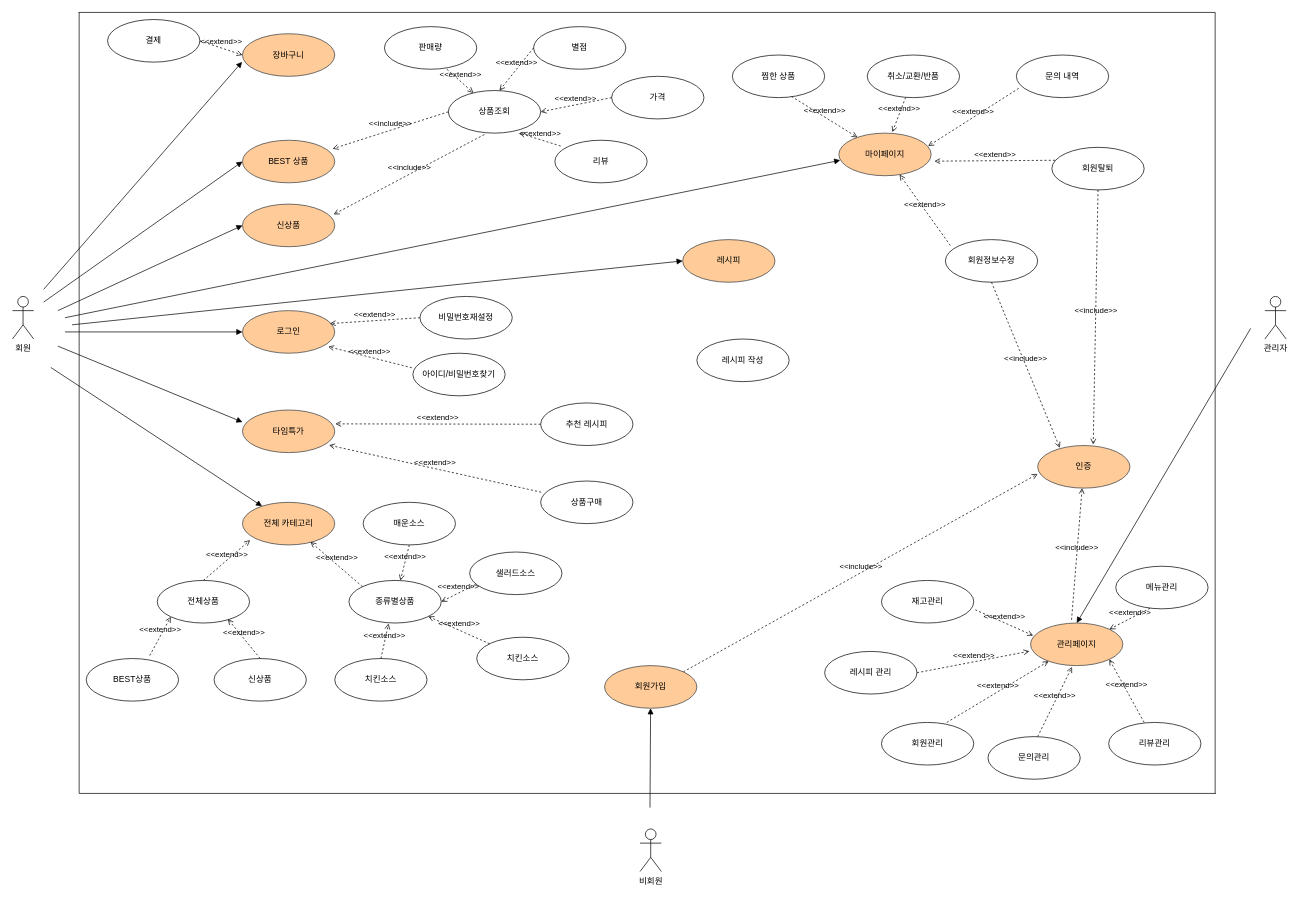
Earlier version of the draw.io diagram USECASE DIAGRAM.drawio (wjdwodhs/USECASE-DIAGRAM). Source tidied: cells renumbered, new cells numbered last; positions are measured from the earlier drawing's top-left corner, leaving out a move shared by most shapes. Both pictures are drawn from the tidied source at 71%, with x=0, y=0 at pixel (12, 12).
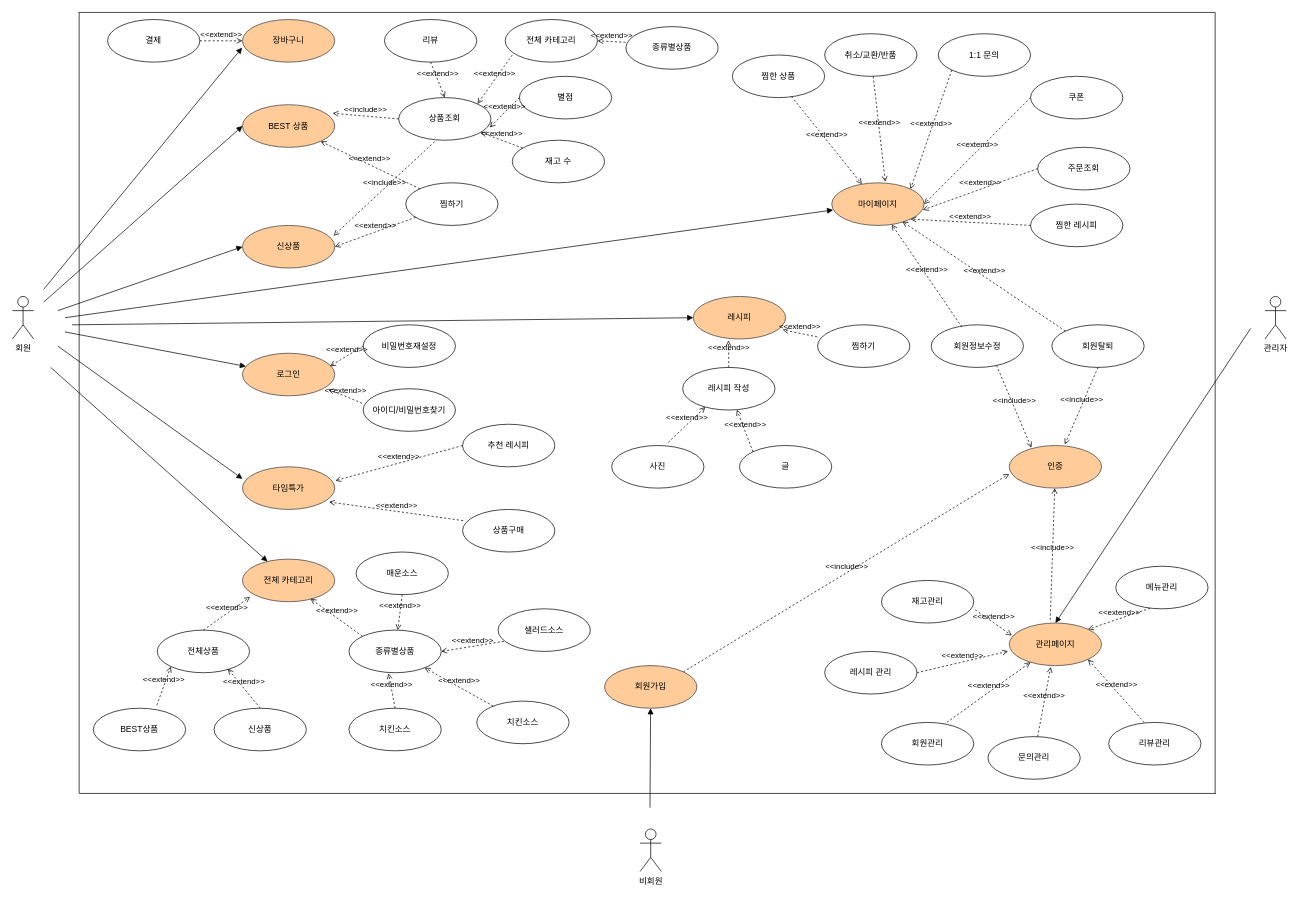
The same diagram, later.

What changed in the source:
```diff
@@
     <mxCell id="4" value="로그인" style="ellipse;whiteSpace=wrap;html=1;fillColor=#ffcc99;strokeColor=#36393d;" parent="1" vertex="1">
-      <mxGeometry x="324" y="420" width="130" height="60" as="geometry" />
+      <mxGeometry x="324" y="480" width="130" height="60" as="geometry" />
     </mxCell>
     <mxCell id="5" value="타임특가" style="ellipse;whiteSpace=wrap;html=1;fillColor=#ffcc99;strokeColor=#36393d;" parent="1" vertex="1">
-      <mxGeometry x="324" y="560" width="130" height="60" as="geometry" />
+      <mxGeometry x="324" y="640" width="130" height="60" as="geometry" />
     </mxCell>
     <mxCell id="6" value="전체 카테고리" style="ellipse;whiteSpace=wrap;html=1;fillColor=#ffcc99;strokeColor=#36393d;" parent="1" vertex="1">
-      <mxGeometry x="324" y="690" width="130" height="60" as="geometry" />
+      <mxGeometry x="324" y="770" width="130" height="60" as="geometry" />
     </mxCell>
     <mxCell id="7" value="BEST 상품" style="ellipse;whiteSpace=wrap;html=1;fillColor=#ffcc99;strokeColor=#36393d;" parent="1" vertex="1">
-      <mxGeometry x="324" y="180" width="130" height="60" as="geometry" />
+      <mxGeometry x="324" y="130" width="130" height="60" as="geometry" />
     </mxCell>
     <mxCell id="8" value="신상품" style="ellipse;whiteSpace=wrap;html=1;fillColor=#ffcc99;strokeColor=#36393d;" parent="1" vertex="1">
-      <mxGeometry x="324" y="270" width="130" height="60" as="geometry" />
+      <mxGeometry x="324" y="300" width="130" height="60" as="geometry" />
     </mxCell>
     <mxCell id="9" value="아이디/비밀번호찾기" style="ellipse;whiteSpace=wrap;html=1;" parent="1" vertex="1">
-      <mxGeometry x="564" y="480" width="130" height="60" as="geometry" />
+      <mxGeometry x="494" y="530" width="130" height="60" as="geometry" />
     </mxCell>
     <mxCell id="10" value="비밀번호재설정" style="ellipse;whiteSpace=wrap;html=1;" parent="1" vertex="1">
-      <mxGeometry x="574" y="400" width="130" height="60" as="geometry" />
+      <mxGeometry x="494" y="440" width="130" height="60" as="geometry" />
     </mxCell>
@@
     <mxCell id="21" value="신상품" style="ellipse;whiteSpace=wrap;html=1;" parent="1" vertex="1">
-      <mxGeometry x="284" y="910" width="130" height="60" as="geometry" />
+      <mxGeometry x="284" y="980" width="130" height="60" as="geometry" />
     </mxCell>
     <mxCell id="22" value="종류별상품" style="ellipse;whiteSpace=wrap;html=1;" parent="1" vertex="1">
-      <mxGeometry x="474" y="800" width="130" height="60" as="geometry" />
+      <mxGeometry x="474" y="870" width="130" height="60" as="geometry" />
     </mxCell>
     <mxCell id="23" value="전체상품" style="ellipse;whiteSpace=wrap;html=1;" parent="1" vertex="1">
-      <mxGeometry x="204" y="800" width="130" height="60" as="geometry" />
+      <mxGeometry x="204" y="870" width="130" height="60" as="geometry" />
     </mxCell>
     <mxCell id="24" value="BEST상품" style="ellipse;whiteSpace=wrap;html=1;" parent="1" vertex="1">
-      <mxGeometry x="104" y="910" width="130" height="60" as="geometry" />
+      <mxGeometry x="114" y="980" width="130" height="60" as="geometry" />
     </mxCell>
     <mxCell id="25" value="매운소스" style="ellipse;whiteSpace=wrap;html=1;" parent="1" vertex="1">
-      <mxGeometry x="494" y="690" width="130" height="60" as="geometry" />
+      <mxGeometry x="484" y="760" width="130" height="60" as="geometry" />
     </mxCell>
     <mxCell id="26" value="샐러드소스" style="ellipse;whiteSpace=wrap;html=1;" parent="1" vertex="1">
-      <mxGeometry x="644" y="760" width="130" height="60" as="geometry" />
+      <mxGeometry x="684" y="840" width="130" height="60" as="geometry" />
     </mxCell>
     <mxCell id="27" value="치킨소스" style="ellipse;whiteSpace=wrap;html=1;" parent="1" vertex="1">
-      <mxGeometry x="454" y="910" width="130" height="60" as="geometry" />
+      <mxGeometry x="474" y="980" width="130" height="60" as="geometry" />
     </mxCell>
     <mxCell id="28" value="레시피" style="ellipse;whiteSpace=wrap;html=1;fillColor=#ffcc99;strokeColor=#36393d;" parent="1" vertex="1">
-      <mxGeometry x="944" y="320" width="130" height="60" as="geometry" />
+      <mxGeometry x="959" y="400" width="130" height="60" as="geometry" />
     </mxCell>
     <mxCell id="29" value="장바구니" style="ellipse;whiteSpace=wrap;html=1;fillColor=#ffcc99;strokeColor=#36393d;" parent="1" vertex="1">
-      <mxGeometry x="324" y="30" width="130" height="60" as="geometry" />
+      <mxGeometry x="324" y="10" width="130" height="60" as="geometry" />
     </mxCell>
     <mxCell id="30" value="관리페이지" style="ellipse;whiteSpace=wrap;html=1;fillColor=#ffcc99;strokeColor=#36393d;" parent="1" vertex="1">
-      <mxGeometry x="1434" y="860" width="130" height="60" as="geometry" />
+      <mxGeometry x="1404" y="860" width="130" height="60" as="geometry" />
     </mxCell>
@@
-    <mxCell id="35" value="판매량" style="ellipse;whiteSpace=wrap;html=1;" parent="1" vertex="1">
-      <mxGeometry x="524" y="20" width="130" height="60" as="geometry" />
+    <mxCell id="35" value="리뷰" style="ellipse;whiteSpace=wrap;html=1;" parent="1" vertex="1">
+      <mxGeometry x="524" y="10" width="130" height="60" as="geometry" />
     </mxCell>
     <mxCell id="36" value="별점" style="ellipse;whiteSpace=wrap;html=1;" parent="1" vertex="1">
-      <mxGeometry x="734" y="20" width="130" height="60" as="geometry" />
+      <mxGeometry x="714" y="90" width="130" height="60" as="geometry" />
     </mxCell>
-    <mxCell id="37" value="리뷰" style="ellipse;whiteSpace=wrap;html=1;" parent="1" vertex="1">
-      <mxGeometry x="764" y="180" width="130" height="60" as="geometry" />
-    </mxCell>
     <mxCell id="38" value="상품조회" style="ellipse;whiteSpace=wrap;html=1;" parent="1" vertex="1">
-      <mxGeometry x="614" y="110" width="130" height="60" as="geometry" />
+      <mxGeometry x="544" y="120" width="130" height="60" as="geometry" />
     </mxCell>
     <mxCell id="39" value="상품구매" style="ellipse;whiteSpace=wrap;html=1;" parent="1" vertex="1">
-      <mxGeometry x="744" y="660" width="130" height="60" as="geometry" />
+      <mxGeometry x="634" y="700" width="130" height="60" as="geometry" />
     </mxCell>
     <mxCell id="40" value="추천 레시피" style="ellipse;whiteSpace=wrap;html=1;" parent="1" vertex="1">
-      <mxGeometry x="744" y="550" width="130" height="60" as="geometry" />
+      <mxGeometry x="634" y="580" width="130" height="60" as="geometry" />
     </mxCell>
@@
     <mxCell id="44" value="마이페이지" style="ellipse;whiteSpace=wrap;html=1;fillColor=#ffcc99;strokeColor=#36393d;" parent="1" vertex="1">
-      <mxGeometry x="1164" y="170" width="130" height="60" as="geometry" />
+      <mxGeometry x="1154" y="240" width="130" height="60" as="geometry" />
     </mxCell>
@@
     <mxCell id="46" value="회원정보수정" style="ellipse;whiteSpace=wrap;html=1;" parent="1" vertex="1">
-      <mxGeometry x="1314" y="320" width="130" height="60" as="geometry" />
+      <mxGeometry x="1294" y="440" width="130" height="60" as="geometry" />
     </mxCell>
     <mxCell id="47" value="회원탈퇴" style="ellipse;whiteSpace=wrap;html=1;" parent="1" vertex="1">
-      <mxGeometry x="1464" y="190" width="130" height="60" as="geometry" />
+      <mxGeometry x="1464" y="440" width="130" height="60" as="geometry" />
     </mxCell>
-    <mxCell id="48" value="문의 내역" style="ellipse;whiteSpace=wrap;html=1;" parent="1" vertex="1">
-      <mxGeometry x="1414" y="60" width="130" height="60" as="geometry" />
+    <mxCell id="48" value="1:1 문의" style="ellipse;whiteSpace=wrap;html=1;" parent="1" vertex="1">
+      <mxGeometry x="1304" y="30" width="130" height="60" as="geometry" />
     </mxCell>
     <mxCell id="49" value="취소/교환/반품" style="ellipse;whiteSpace=wrap;html=1;" parent="1" vertex="1">
-      <mxGeometry x="1204" y="60" width="130" height="60" as="geometry" />
+      <mxGeometry x="1144" y="30" width="130" height="60" as="geometry" />
     </mxCell>
-    <mxCell id="50" value="&amp;lt;&amp;lt;extend&amp;gt;&amp;gt;" style="html=1;verticalAlign=bottom;labelBackgroundColor=none;endArrow=open;endFill=0;dashed=1;rounded=0;exitX=0.054;exitY=0.137;exitDx=0;exitDy=0;exitPerimeter=0;" parent="1" edge="1" source="46" target="44">
+    <mxCell id="50" value="&amp;lt;&amp;lt;extend&amp;gt;&amp;gt;" style="html=1;verticalAlign=bottom;labelBackgroundColor=none;endArrow=open;endFill=0;dashed=1;rounded=0;exitX=0.333;exitY=0.054;exitDx=0;exitDy=0;exitPerimeter=0;" parent="1" edge="1" source="46" target="44">
       <mxGeometry relative="1" as="geometry" />
     </mxCell>
-    <mxCell id="51" value="&amp;lt;&amp;lt;extend&amp;gt;&amp;gt;" style="html=1;verticalAlign=bottom;labelBackgroundColor=none;endArrow=open;endFill=0;dashed=1;rounded=0;entryX=1.035;entryY=0.658;entryDx=0;entryDy=0;exitX=0.035;exitY=0.304;exitDx=0;exitDy=0;entryPerimeter=0;exitPerimeter=0;" parent="1" edge="1" source="47" target="44">
+    <mxCell id="51" value="&amp;lt;&amp;lt;extend&amp;gt;&amp;gt;" style="html=1;verticalAlign=bottom;labelBackgroundColor=none;endArrow=open;endFill=0;dashed=1;rounded=0;entryX=0.765;entryY=0.908;entryDx=0;entryDy=0;exitX=0;exitY=0;exitDx=0;exitDy=0;entryPerimeter=0;" parent="1" edge="1" source="47" target="44">
       <mxGeometry relative="1" as="geometry" />
     </mxCell>
-    <mxCell id="52" value="&amp;lt;&amp;lt;extend&amp;gt;&amp;gt;" style="html=1;verticalAlign=bottom;labelBackgroundColor=none;endArrow=open;endFill=0;dashed=1;rounded=0;entryX=0.967;entryY=0.304;entryDx=0;entryDy=0;entryPerimeter=0;exitX=0.025;exitY=0.783;exitDx=0;exitDy=0;exitPerimeter=0;" parent="1" edge="1" source="48" target="44">
+    <mxCell id="52" value="&amp;lt;&amp;lt;extend&amp;gt;&amp;gt;" style="html=1;verticalAlign=bottom;labelBackgroundColor=none;endArrow=open;endFill=0;dashed=1;rounded=0;entryX=1;entryY=0;entryDx=0;entryDy=0;exitX=0;exitY=1;exitDx=0;exitDy=0;" parent="1" edge="1" source="48" target="44">
       <mxGeometry relative="1" as="geometry" />
     </mxCell>
@@
     <mxCell id="55" value="인증" style="ellipse;whiteSpace=wrap;html=1;fillColor=#ffcc99;strokeColor=#36393d;" parent="1" vertex="1">
-      <mxGeometry x="1444" y="610" width="130" height="60" as="geometry" />
+      <mxGeometry x="1404" y="610" width="130" height="60" as="geometry" />
     </mxCell>
@@
-    <mxCell id="57" value="&amp;lt;&amp;lt;include&amp;gt;&amp;gt;" style="html=1;verticalAlign=bottom;labelBackgroundColor=none;endArrow=open;endFill=0;dashed=1;rounded=0;exitX=0.5;exitY=1;exitDx=0;exitDy=0;entryX=0.24;entryY=0.053;entryDx=0;entryDy=0;entryPerimeter=0;" parent="1" edge="1" source="46" target="55">
+    <mxCell id="57" value="&amp;lt;&amp;lt;include&amp;gt;&amp;gt;" style="html=1;verticalAlign=bottom;labelBackgroundColor=none;endArrow=open;endFill=0;dashed=1;rounded=0;exitX=0.708;exitY=0.95;exitDx=0;exitDy=0;entryX=0.24;entryY=0.053;entryDx=0;entryDy=0;entryPerimeter=0;exitPerimeter=0;" parent="1" edge="1" source="46" target="55">
       <mxGeometry relative="1" as="geometry" />
     </mxCell>
@@
     <mxCell id="60" value="레시피 작성" style="ellipse;whiteSpace=wrap;html=1;" parent="1" vertex="1">
-      <mxGeometry x="964" y="460" width="130" height="60" as="geometry" />
+      <mxGeometry x="944" y="500" width="130" height="60" as="geometry" />
     </mxCell>
@@
     <mxCell id="74" value="치킨소스" style="ellipse;whiteSpace=wrap;html=1;" parent="1" vertex="1">
-      <mxGeometry x="654" y="880" width="130" height="60" as="geometry" />
+      <mxGeometry x="654" y="970" width="130" height="60" as="geometry" />
     </mxCell>
@@
-    <mxCell id="88" value="&amp;lt;&amp;lt;extend&amp;gt;&amp;gt;" style="html=1;verticalAlign=bottom;labelBackgroundColor=none;endArrow=open;endFill=0;dashed=1;rounded=0;entryX=0.705;entryY=-0.006;entryDx=0;entryDy=0;entryPerimeter=0;exitX=0;exitY=0.5;exitDx=0;exitDy=0;" parent="1" edge="1" source="36">
-      <mxGeometry x="0.01" relative="1" as="geometry">
-        <mxPoint x="686" y="110" as="targetPoint" />
-      </mxGeometry>
+    <mxCell id="88" value="&amp;lt;&amp;lt;extend&amp;gt;&amp;gt;" style="html=1;verticalAlign=bottom;labelBackgroundColor=none;endArrow=open;endFill=0;dashed=1;rounded=0;entryX=0.987;entryY=0.7;entryDx=0;entryDy=0;entryPerimeter=0;exitX=0;exitY=0.5;exitDx=0;exitDy=0;" parent="1" edge="1" source="36" target="38">
+      <mxGeometry x="0.01" relative="1" as="geometry" />
     </mxCell>
-    <mxCell id="89" value="가격" style="ellipse;whiteSpace=wrap;html=1;" parent="1" vertex="1">
-      <mxGeometry x="844" y="90" width="130" height="60" as="geometry" />
-    </mxCell>
-    <mxCell id="90" value="&amp;lt;&amp;lt;extend&amp;gt;&amp;gt;" style="html=1;verticalAlign=bottom;labelBackgroundColor=none;endArrow=open;endFill=0;dashed=1;rounded=0;entryX=0.705;entryY=-0.006;entryDx=0;entryDy=0;entryPerimeter=0;exitX=0;exitY=0.5;exitDx=0;exitDy=0;" parent="1" edge="1" source="89">
-      <mxGeometry x="0.01" relative="1" as="geometry">
-        <mxPoint x="744" y="140" as="targetPoint" />
-      </mxGeometry>
-    </mxCell>
-    <mxCell id="91" value="&amp;lt;&amp;lt;extend&amp;gt;&amp;gt;" style="html=1;verticalAlign=bottom;labelBackgroundColor=none;endArrow=open;endFill=0;dashed=1;rounded=0;entryX=0.705;entryY=-0.006;entryDx=0;entryDy=0;entryPerimeter=0;exitX=0.063;exitY=0.137;exitDx=0;exitDy=0;exitPerimeter=0;" parent="1" edge="1" source="37">
-      <mxGeometry x="0.01" relative="1" as="geometry">
-        <mxPoint x="714" y="170" as="targetPoint" />
-      </mxGeometry>
-    </mxCell>
-    <mxCell id="92" value="&amp;lt;&amp;lt;extend&amp;gt;&amp;gt;" style="html=1;verticalAlign=bottom;labelBackgroundColor=none;endArrow=open;endFill=0;dashed=1;rounded=0;exitX=0;exitY=0.5;exitDx=0;exitDy=0;" parent="1" edge="1" target="38">
-      <mxGeometry x="0.01" relative="1" as="geometry">
-        <mxPoint x="612" y="80" as="sourcePoint" />
-      </mxGeometry>
-    </mxCell>
@@
+    <mxCell id="95" value="&amp;lt;&amp;lt;extend&amp;gt;&amp;gt;" style="html=1;verticalAlign=bottom;labelBackgroundColor=none;endArrow=open;endFill=0;dashed=1;rounded=0;entryX=1;entryY=0.5;entryDx=0;entryDy=0;exitX=0;exitY=0.5;exitDx=0;exitDy=0;" parent="1" edge="1" source="98" target="44">
+      <mxGeometry relative="1" as="geometry" />
+    </mxCell>
+    <mxCell id="96" value="주문조회" style="ellipse;whiteSpace=wrap;html=1;" parent="1" vertex="1">
+      <mxGeometry x="1444" y="190" width="130" height="60" as="geometry" />
+    </mxCell>
+    <mxCell id="97" value="&amp;lt;&amp;lt;extend&amp;gt;&amp;gt;" style="html=1;verticalAlign=bottom;labelBackgroundColor=none;endArrow=open;endFill=0;dashed=1;rounded=0;entryX=0.987;entryY=0.637;entryDx=0;entryDy=0;exitX=0;exitY=0.5;exitDx=0;exitDy=0;entryPerimeter=0;" parent="1" edge="1" source="96" target="44">
+      <mxGeometry relative="1" as="geometry" />
+    </mxCell>
+    <mxCell id="98" value="쿠폰" style="ellipse;whiteSpace=wrap;html=1;" parent="1" vertex="1">
+      <mxGeometry x="1434" y="90" width="130" height="60" as="geometry" />
+    </mxCell>
+    <mxCell id="99" value="재고 수" style="ellipse;whiteSpace=wrap;html=1;" parent="1" vertex="1">
+      <mxGeometry x="704" y="180" width="130" height="60" as="geometry" />
+    </mxCell>
+    <mxCell id="100" value="&amp;lt;&amp;lt;extend&amp;gt;&amp;gt;" style="html=1;verticalAlign=bottom;labelBackgroundColor=none;endArrow=open;endFill=0;dashed=1;rounded=0;" parent="1" edge="1" source="99" target="38">
+      <mxGeometry x="0.01" relative="1" as="geometry" />
+    </mxCell>
+    <mxCell id="101" value="전체 카테고리" style="ellipse;whiteSpace=wrap;html=1;" parent="1" vertex="1">
+      <mxGeometry x="694" y="10" width="130" height="60" as="geometry" />
+    </mxCell>
+    <mxCell id="102" value="찜하기" style="ellipse;whiteSpace=wrap;html=1;" parent="1" vertex="1">
+      <mxGeometry x="1134" y="440" width="130" height="60" as="geometry" />
+    </mxCell>
+    <mxCell id="103" value="찜하기" style="ellipse;whiteSpace=wrap;html=1;" parent="1" vertex="1">
+      <mxGeometry x="554" y="240" width="130" height="60" as="geometry" />
+    </mxCell>
+    <mxCell id="104" value="&amp;lt;&amp;lt;extend&amp;gt;&amp;gt;" style="html=1;verticalAlign=bottom;labelBackgroundColor=none;endArrow=open;endFill=0;dashed=1;rounded=0;entryX=1;entryY=0.5;entryDx=0;entryDy=0;" parent="1" edge="1" source="103" target="8">
+      <mxGeometry x="0.01" relative="1" as="geometry" />
+    </mxCell>
+    <mxCell id="105" value="&amp;lt;&amp;lt;extend&amp;gt;&amp;gt;" style="html=1;verticalAlign=bottom;labelBackgroundColor=none;endArrow=open;endFill=0;dashed=1;rounded=0;" parent="1" edge="1" source="103" target="7">
+      <mxGeometry x="0.01" relative="1" as="geometry" />
+    </mxCell>
+    <mxCell id="106" value="사진" style="ellipse;whiteSpace=wrap;html=1;" parent="1" vertex="1">
+      <mxGeometry x="844" y="610" width="130" height="60" as="geometry" />
+    </mxCell>
+    <mxCell id="107" value="글" style="ellipse;whiteSpace=wrap;html=1;" parent="1" vertex="1">
+      <mxGeometry x="1024" y="610" width="130" height="60" as="geometry" />
+    </mxCell>
+    <mxCell id="108" value="찜한 레시피" style="ellipse;whiteSpace=wrap;html=1;" parent="1" vertex="1">
+      <mxGeometry x="1434" y="270" width="130" height="60" as="geometry" />
+    </mxCell>
+    <mxCell id="109" value="&amp;lt;&amp;lt;extend&amp;gt;&amp;gt;" style="html=1;verticalAlign=bottom;labelBackgroundColor=none;endArrow=open;endFill=0;dashed=1;rounded=0;entryX=1;entryY=1;entryDx=0;entryDy=0;exitX=0;exitY=0.5;exitDx=0;exitDy=0;" parent="1" edge="1" source="108" target="44">
+      <mxGeometry relative="1" as="geometry" />
+    </mxCell>
+    <mxCell id="110" value="&amp;lt;&amp;lt;extend&amp;gt;&amp;gt;" style="html=1;verticalAlign=bottom;labelBackgroundColor=none;endArrow=open;endFill=0;dashed=1;rounded=0;entryX=0.246;entryY=0.929;entryDx=0;entryDy=0;exitX=0.612;exitY=-0.071;exitDx=0;exitDy=0;entryPerimeter=0;exitPerimeter=0;" parent="1" edge="1" source="106" target="60">
+      <mxGeometry x="0.01" relative="1" as="geometry" />
+    </mxCell>
+    <mxCell id="111" value="&amp;lt;&amp;lt;extend&amp;gt;&amp;gt;" style="html=1;verticalAlign=bottom;labelBackgroundColor=none;endArrow=open;endFill=0;dashed=1;rounded=0;exitX=0;exitY=0;exitDx=0;exitDy=0;" parent="1" edge="1" source="107" target="60">
+      <mxGeometry x="0.01" relative="1" as="geometry" />
+    </mxCell>
+    <mxCell id="112" value="&amp;lt;&amp;lt;extend&amp;gt;&amp;gt;" style="html=1;verticalAlign=bottom;labelBackgroundColor=none;endArrow=open;endFill=0;dashed=1;rounded=0;exitX=0.5;exitY=0;exitDx=0;exitDy=0;entryX=0.381;entryY=1.033;entryDx=0;entryDy=0;entryPerimeter=0;" parent="1" edge="1" source="60" target="28">
+      <mxGeometry x="0.01" relative="1" as="geometry" />
+    </mxCell>
+    <mxCell id="113" value="&amp;lt;&amp;lt;extend&amp;gt;&amp;gt;" style="html=1;verticalAlign=bottom;labelBackgroundColor=none;endArrow=open;endFill=0;dashed=1;rounded=0;exitX=-0.004;exitY=0.283;exitDx=0;exitDy=0;entryX=0.967;entryY=0.783;entryDx=0;entryDy=0;entryPerimeter=0;exitPerimeter=0;" parent="1" edge="1" source="102" target="28">
+      <mxGeometry x="0.01" relative="1" as="geometry" />
+    </mxCell>
+    <mxCell id="114" value="&amp;lt;&amp;lt;extend&amp;gt;&amp;gt;" style="html=1;verticalAlign=bottom;labelBackgroundColor=none;endArrow=open;endFill=0;dashed=1;rounded=0;entryX=0.5;entryY=0;entryDx=0;entryDy=0;exitX=0.5;exitY=1;exitDx=0;exitDy=0;" parent="1" edge="1" source="35" target="38">
+      <mxGeometry x="0.01" relative="1" as="geometry" />
+    </mxCell>
+    <mxCell id="115" value="&amp;lt;&amp;lt;extend&amp;gt;&amp;gt;" style="html=1;verticalAlign=bottom;labelBackgroundColor=none;endArrow=open;endFill=0;dashed=1;rounded=0;entryX=1;entryY=0;entryDx=0;entryDy=0;exitX=0.077;exitY=0.833;exitDx=0;exitDy=0;exitPerimeter=0;" parent="1" edge="1" source="101" target="38">
+      <mxGeometry x="0.01" relative="1" as="geometry" />
+    </mxCell>
+    <mxCell id="116" value="종류별상품" style="ellipse;whiteSpace=wrap;html=1;" parent="1" vertex="1">
+      <mxGeometry x="864" y="20" width="130" height="60" as="geometry" />
+    </mxCell>
+    <mxCell id="117" value="&amp;lt;&amp;lt;extend&amp;gt;&amp;gt;" style="html=1;verticalAlign=bottom;labelBackgroundColor=none;endArrow=open;endFill=0;dashed=1;rounded=0;entryX=1;entryY=0.5;entryDx=0;entryDy=0;exitX=-0.004;exitY=0.367;exitDx=0;exitDy=0;exitPerimeter=0;" parent="1" edge="1" source="116" target="101">
+      <mxGeometry x="0.01" relative="1" as="geometry" />
+    </mxCell>
```
